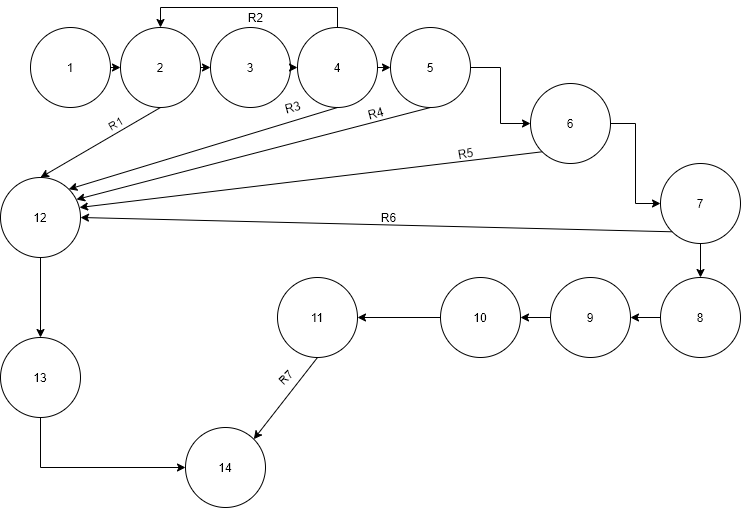
This is Docs/UT_Delete_CInstitute/GRAPH.PNG from Students-of-the-city-of-Kostroma/Student-timetable, a draw.io export, as it was before one commit. Source tidied: cells renumbered, new cells last; positions are measured from the earlier drawing's top-left corner, leaving out a move shared by most shapes. Source of this version:
```xml
<mxGraphModel>
  <root>
    <mxCell id="0" />
    <mxCell id="1" parent="0" />
    <mxCell id="2" value="1" style="ellipse;whiteSpace=wrap;html=1;" parent="1" vertex="1">
      <mxGeometry x="30" y="20" width="80" height="80" as="geometry" />
    </mxCell>
    <mxCell id="3" value="2" style="ellipse;whiteSpace=wrap;html=1;" parent="1" vertex="1">
      <mxGeometry x="120" y="20" width="80" height="80" as="geometry" />
    </mxCell>
    <mxCell id="4" value="3" style="ellipse;whiteSpace=wrap;html=1;" parent="1" vertex="1">
      <mxGeometry x="210" y="20" width="80" height="80" as="geometry" />
    </mxCell>
    <mxCell id="5" value="&lt;span style=&quot;color: rgba(0 , 0 , 0 , 0) ; font-family: monospace ; font-size: 0px&quot;&gt;%3CmxGraphModel%3E%3Croot%3E%3CmxCell%20id%3D%220%22%2F%3E%3CmxCell%20id%3D%221%22%20parent%3D%220%22%2F%3E%3CmxCell%20id%3D%222%22%20value%3D%22%22%20style%3D%22ellipse%3BwhiteSpace%3Dwrap%3Bhtml%3D1%3Baspect%3Dfixed%3B%22%20vertex%3D%221%22%20parent%3D%221%22%3E%3CmxGeometry%20x%3D%2240%22%20y%3D%22130%22%20width%3D%2280%22%20height%3D%2280%22%20as%3D%22geometry%22%2F%3E%3C%2FmxCell%3E%3C%2Froot%3E%3C%2FmxGraphModel%3E&lt;/span&gt;" style="text;html=1;align=center;verticalAlign=middle;" parent="1" vertex="1">
      <mxGeometry x="357" y="76" width="20" height="20" as="geometry" />
    </mxCell>
    <mxCell id="6" value="4" style="ellipse;whiteSpace=wrap;html=1;" parent="1" vertex="1">
      <mxGeometry x="297" y="20" width="80" height="80" as="geometry" />
    </mxCell>
    <mxCell id="7" value="5" style="ellipse;whiteSpace=wrap;html=1;" parent="1" vertex="1">
      <mxGeometry x="390" y="20" width="80" height="80" as="geometry" />
    </mxCell>
    <mxCell id="8" style="edgeStyle=orthogonalEdgeStyle;rounded=0;jettySize=auto;html=1;" parent="1" edge="1" source="9" target="11">
      <mxGeometry relative="1" as="geometry" />
    </mxCell>
    <mxCell id="9" value="6" style="ellipse;whiteSpace=wrap;html=1;" parent="1" vertex="1">
      <mxGeometry x="530" y="76" width="80" height="80" as="geometry" />
    </mxCell>
    <mxCell id="10" style="edgeStyle=orthogonalEdgeStyle;rounded=0;jettySize=auto;html=1;" parent="1" edge="1" source="11" target="13">
      <mxGeometry relative="1" as="geometry" />
    </mxCell>
    <mxCell id="11" value="7" style="ellipse;whiteSpace=wrap;html=1;" parent="1" vertex="1">
      <mxGeometry x="660" y="156" width="80" height="80" as="geometry" />
    </mxCell>
    <mxCell id="12" style="edgeStyle=orthogonalEdgeStyle;rounded=0;jettySize=auto;html=1;" parent="1" edge="1" source="13" target="15">
      <mxGeometry relative="1" as="geometry" />
    </mxCell>
    <mxCell id="13" value="8" style="ellipse;whiteSpace=wrap;html=1;" parent="1" vertex="1">
      <mxGeometry x="660" y="270" width="80" height="80" as="geometry" />
    </mxCell>
    <mxCell id="14" style="edgeStyle=orthogonalEdgeStyle;rounded=0;jettySize=auto;html=1;" parent="1" edge="1" source="15" target="17">
      <mxGeometry relative="1" as="geometry" />
    </mxCell>
    <mxCell id="15" value="9" style="ellipse;whiteSpace=wrap;html=1;" parent="1" vertex="1">
      <mxGeometry x="550" y="270" width="80" height="80" as="geometry" />
    </mxCell>
    <mxCell id="16" style="edgeStyle=orthogonalEdgeStyle;rounded=0;jettySize=auto;html=1;" parent="1" edge="1" source="17" target="18">
      <mxGeometry relative="1" as="geometry" />
    </mxCell>
    <mxCell id="17" value="10" style="ellipse;whiteSpace=wrap;html=1;" parent="1" vertex="1">
      <mxGeometry x="440" y="270" width="80" height="80" as="geometry" />
    </mxCell>
    <mxCell id="18" value="11" style="ellipse;whiteSpace=wrap;html=1;" parent="1" vertex="1">
      <mxGeometry x="277" y="270" width="80" height="80" as="geometry" />
    </mxCell>
    <mxCell id="19" style="edgeStyle=orthogonalEdgeStyle;rounded=0;jettySize=auto;html=1;" parent="1" edge="1" source="20" target="22">
      <mxGeometry relative="1" as="geometry" />
    </mxCell>
    <mxCell id="20" value="12" style="ellipse;whiteSpace=wrap;html=1;" parent="1" vertex="1">
      <mxGeometry y="170" width="80" height="80" as="geometry" />
    </mxCell>
    <mxCell id="21" style="edgeStyle=orthogonalEdgeStyle;rounded=0;jettySize=auto;html=1;" parent="1" edge="1" source="22" target="23">
      <mxGeometry relative="1" as="geometry">
        <Array as="points">
          <mxPoint x="40" y="460" />
        </Array>
      </mxGeometry>
    </mxCell>
    <mxCell id="22" value="13" style="ellipse;whiteSpace=wrap;html=1;" parent="1" vertex="1">
      <mxGeometry y="330" width="80" height="80" as="geometry" />
    </mxCell>
    <mxCell id="23" value="14" style="ellipse;whiteSpace=wrap;html=1;" parent="1" vertex="1">
      <mxGeometry x="185" y="420" width="80" height="80" as="geometry" />
    </mxCell>
    <mxCell id="24" style="endArrow=classic;html=1;exitX=1;exitY=0.5;exitDx=0;exitDy=0;entryX=0;entryY=0.5;entryDx=0;entryDy=0;" parent="1" edge="1" source="2" target="3">
      <mxGeometry relative="1" as="geometry" />
    </mxCell>
    <mxCell id="25" style="endArrow=classic;html=1;exitX=1;exitY=0.5;exitDx=0;exitDy=0;entryX=0;entryY=0.5;entryDx=0;entryDy=0;" parent="1" edge="1" source="3" target="4">
      <mxGeometry relative="1" as="geometry" />
    </mxCell>
    <mxCell id="26" style="endArrow=classic;html=1;exitX=1;exitY=0.5;exitDx=0;exitDy=0;entryX=0;entryY=0.5;entryDx=0;entryDy=0;" parent="1" edge="1" source="4" target="6">
      <mxGeometry relative="1" as="geometry" />
    </mxCell>
    <mxCell id="27" style="endArrow=classic;html=1;exitX=1;exitY=0.5;exitDx=0;exitDy=0;entryX=0;entryY=0.5;entryDx=0;entryDy=0;" parent="1" edge="1" source="6" target="7">
      <mxGeometry relative="1" as="geometry" />
    </mxCell>
    <mxCell id="28" style="edgeStyle=orthogonalEdgeStyle;rounded=0;jettySize=auto;html=1;entryX=0;entryY=0.5;entryDx=0;entryDy=0;exitX=1;exitY=0.5;exitDx=0;exitDy=0;" parent="1" edge="1" source="7" target="9">
      <mxGeometry relative="1" as="geometry" />
    </mxCell>
    <mxCell id="29" style="endArrow=classic;html=1;entryX=1;entryY=0;entryDx=0;entryDy=0;exitX=0.5;exitY=1;exitDx=0;exitDy=0;" parent="1" edge="1" source="18" target="23">
      <mxGeometry relative="1" as="geometry" />
    </mxCell>
    <mxCell id="30" value="R7" style="text;html=1;align=center;verticalAlign=middle;rotation=-45;" parent="1" vertex="1">
      <mxGeometry x="270" y="360" width="30" height="20" as="geometry" />
    </mxCell>
    <mxCell id="31" style="endArrow=classic;html=1;exitX=0;exitY=1;exitDx=0;exitDy=0;entryX=0.988;entryY=0.375;entryDx=0;entryDy=0;entryPerimeter=0;" parent="1" edge="1" source="9" target="20">
      <mxGeometry relative="1" as="geometry" />
    </mxCell>
    <mxCell id="32" value="R5" style="text;html=1;align=center;verticalAlign=middle;rotation=-10;" parent="1" vertex="1">
      <mxGeometry x="450" y="136" width="30" height="20" as="geometry" />
    </mxCell>
    <mxCell id="33" style="endArrow=classic;html=1;exitX=0.5;exitY=1;exitDx=0;exitDy=0;entryX=1;entryY=0;entryDx=0;entryDy=0;" parent="1" edge="1" source="6" target="20">
      <mxGeometry relative="1" as="geometry" />
    </mxCell>
    <mxCell id="34" style="endArrow=classic;html=1;exitX=0.5;exitY=1;exitDx=0;exitDy=0;entryX=0.95;entryY=0.275;entryDx=0;entryDy=0;entryPerimeter=0;" parent="1" edge="1" source="7" target="20">
      <mxGeometry relative="1" as="geometry" />
    </mxCell>
    <mxCell id="35" value="R3" style="text;html=1;align=center;verticalAlign=middle;rotation=-15;" parent="1" vertex="1">
      <mxGeometry x="277" y="90" width="30" height="20" as="geometry" />
    </mxCell>
    <mxCell id="36" style="endArrow=classic;html=1;exitX=0;exitY=1;exitDx=0;exitDy=0;entryX=1;entryY=0.5;entryDx=0;entryDy=0;" parent="1" edge="1" source="11" target="20">
      <mxGeometry relative="1" as="geometry" />
    </mxCell>
    <mxCell id="37" style="endArrow=classic;html=1;exitX=0.5;exitY=1;exitDx=0;exitDy=0;entryX=0.5;entryY=0;entryDx=0;entryDy=0;" parent="1" edge="1" source="3" target="20">
      <mxGeometry relative="1" as="geometry" />
    </mxCell>
    <mxCell id="38" value="R1" style="text;html=1;align=center;verticalAlign=middle;rotation=-30;" parent="1" vertex="1">
      <mxGeometry x="100" y="106" width="30" height="20" as="geometry" />
    </mxCell>
    <mxCell id="39" style="edgeStyle=orthogonalEdgeStyle;rounded=0;jettySize=auto;html=1;entryX=0.5;entryY=0;entryDx=0;entryDy=0;" parent="1" edge="1" target="3">
      <mxGeometry relative="1" as="geometry">
        <mxPoint x="337" y="20" as="sourcePoint" />
        <Array as="points">
          <mxPoint x="337" />
          <mxPoint x="160" />
        </Array>
      </mxGeometry>
    </mxCell>
    <mxCell id="40" value="R2" style="text;html=1;align=center;verticalAlign=middle;" parent="1" vertex="1">
      <mxGeometry x="240" width="30" height="20" as="geometry" />
    </mxCell>
    <mxCell id="41" value="R6" style="text;html=1;align=center;verticalAlign=middle;rotation=0;" parent="1" vertex="1">
      <mxGeometry x="373" y="200" width="30" height="20" as="geometry" />
    </mxCell>
    <mxCell id="42" value="R4" style="text;html=1;align=center;verticalAlign=middle;rotation=-15;" parent="1" vertex="1">
      <mxGeometry x="360" y="96" width="30" height="20" as="geometry" />
    </mxCell>
  </root>
</mxGraphModel>
```
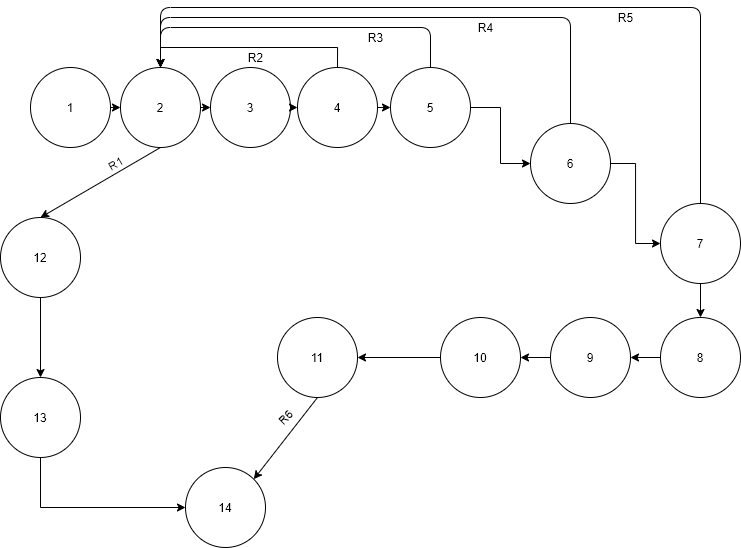
The same diagram one commit later.

Change to the diagram source:
```diff
@@ -90,26 +90,35 @@
     <mxCell id="29" style="endArrow=classic;html=1;entryX=1;entryY=0;entryDx=0;entryDy=0;exitX=0.5;exitY=1;exitDx=0;exitDy=0;" parent="1" edge="1" source="18" target="23">
       <mxGeometry relative="1" as="geometry" />
     </mxCell>
-    <mxCell id="30" value="R7" style="text;html=1;align=center;verticalAlign=middle;rotation=-45;" parent="1" vertex="1">
+    <mxCell id="30" value="R6" style="text;html=1;align=center;verticalAlign=middle;rotation=-45;" parent="1" vertex="1">
       <mxGeometry x="270" y="360" width="30" height="20" as="geometry" />
     </mxCell>
-    <mxCell id="31" style="endArrow=classic;html=1;exitX=0;exitY=1;exitDx=0;exitDy=0;entryX=0.988;entryY=0.375;entryDx=0;entryDy=0;entryPerimeter=0;" parent="1" edge="1" source="9" target="20">
-      <mxGeometry relative="1" as="geometry" />
+    <mxCell id="31" style="endArrow=classic;html=1;exitX=0.5;exitY=0;exitDx=0;exitDy=0;entryX=0.5;entryY=0;entryDx=0;entryDy=0;" parent="1" edge="1" source="9" target="3">
+      <mxGeometry relative="1" as="geometry">
+        <Array as="points">
+          <mxPoint x="570" y="-30" />
+          <mxPoint x="160" y="-30" />
+        </Array>
+      </mxGeometry>
     </mxCell>
-    <mxCell id="32" value="R5" style="text;html=1;align=center;verticalAlign=middle;rotation=-10;" parent="1" vertex="1">
-      <mxGeometry x="450" y="136" width="30" height="20" as="geometry" />
+    <mxCell id="32" value="R4" style="text;html=1;align=center;verticalAlign=middle;rotation=0;" parent="1" vertex="1">
+      <mxGeometry x="470" y="-30" width="30" height="20" as="geometry" />
     </mxCell>
-    <mxCell id="33" style="endArrow=classic;html=1;exitX=0.5;exitY=1;exitDx=0;exitDy=0;entryX=1;entryY=0;entryDx=0;entryDy=0;" parent="1" edge="1" source="6" target="20">
-      <mxGeometry relative="1" as="geometry" />
-    </mxCell>
-    <mxCell id="34" style="endArrow=classic;html=1;exitX=0.5;exitY=1;exitDx=0;exitDy=0;entryX=0.95;entryY=0.275;entryDx=0;entryDy=0;entryPerimeter=0;" parent="1" edge="1" source="7" target="20">
-      <mxGeometry relative="1" as="geometry" />
+    <mxCell id="34" style="endArrow=classic;html=1;exitX=0.5;exitY=0;exitDx=0;exitDy=0;entryX=0.5;entryY=0;entryDx=0;entryDy=0;" parent="1" edge="1" source="7" target="3">
+      <mxGeometry relative="1" as="geometry">
+        <Array as="points">
+          <mxPoint x="430" y="-20" />
+          <mxPoint x="160" y="-20" />
+        </Array>
+      </mxGeometry>
     </mxCell>
-    <mxCell id="35" value="R3" style="text;html=1;align=center;verticalAlign=middle;rotation=-15;" parent="1" vertex="1">
-      <mxGeometry x="277" y="90" width="30" height="20" as="geometry" />
-    </mxCell>
-    <mxCell id="36" style="endArrow=classic;html=1;exitX=0;exitY=1;exitDx=0;exitDy=0;entryX=1;entryY=0.5;entryDx=0;entryDy=0;" parent="1" edge="1" source="11" target="20">
-      <mxGeometry relative="1" as="geometry" />
+    <mxCell id="36" style="endArrow=classic;html=1;exitX=0.5;exitY=0;exitDx=0;exitDy=0;entryX=0.5;entryY=0;entryDx=0;entryDy=0;" parent="1" edge="1" source="11" target="3">
+      <mxGeometry relative="1" as="geometry">
+        <Array as="points">
+          <mxPoint x="700" y="-40" />
+          <mxPoint x="160" y="-40" />
+        </Array>
+      </mxGeometry>
     </mxCell>
     <mxCell id="37" style="endArrow=classic;html=1;exitX=0.5;exitY=1;exitDx=0;exitDy=0;entryX=0.5;entryY=0;entryDx=0;entryDy=0;" parent="1" edge="1" source="3" target="20">
       <mxGeometry relative="1" as="geometry" />
@@ -129,11 +138,11 @@
     <mxCell id="40" value="R2" style="text;html=1;align=center;verticalAlign=middle;" parent="1" vertex="1">
       <mxGeometry x="240" width="30" height="20" as="geometry" />
     </mxCell>
-    <mxCell id="41" value="R6" style="text;html=1;align=center;verticalAlign=middle;rotation=0;" parent="1" vertex="1">
-      <mxGeometry x="373" y="200" width="30" height="20" as="geometry" />
+    <mxCell id="41" value="R5" style="text;html=1;align=center;verticalAlign=middle;rotation=0;" parent="1" vertex="1">
+      <mxGeometry x="610" y="-40" width="30" height="20" as="geometry" />
     </mxCell>
-    <mxCell id="42" value="R4" style="text;html=1;align=center;verticalAlign=middle;rotation=-15;" parent="1" vertex="1">
-      <mxGeometry x="360" y="96" width="30" height="20" as="geometry" />
+    <mxCell id="42" value="R3" style="text;html=1;align=center;verticalAlign=middle;rotation=0;" parent="1" vertex="1">
+      <mxGeometry x="360" y="-20" width="30" height="20" as="geometry" />
     </mxCell>
   </root>
 </mxGraphModel>
```
